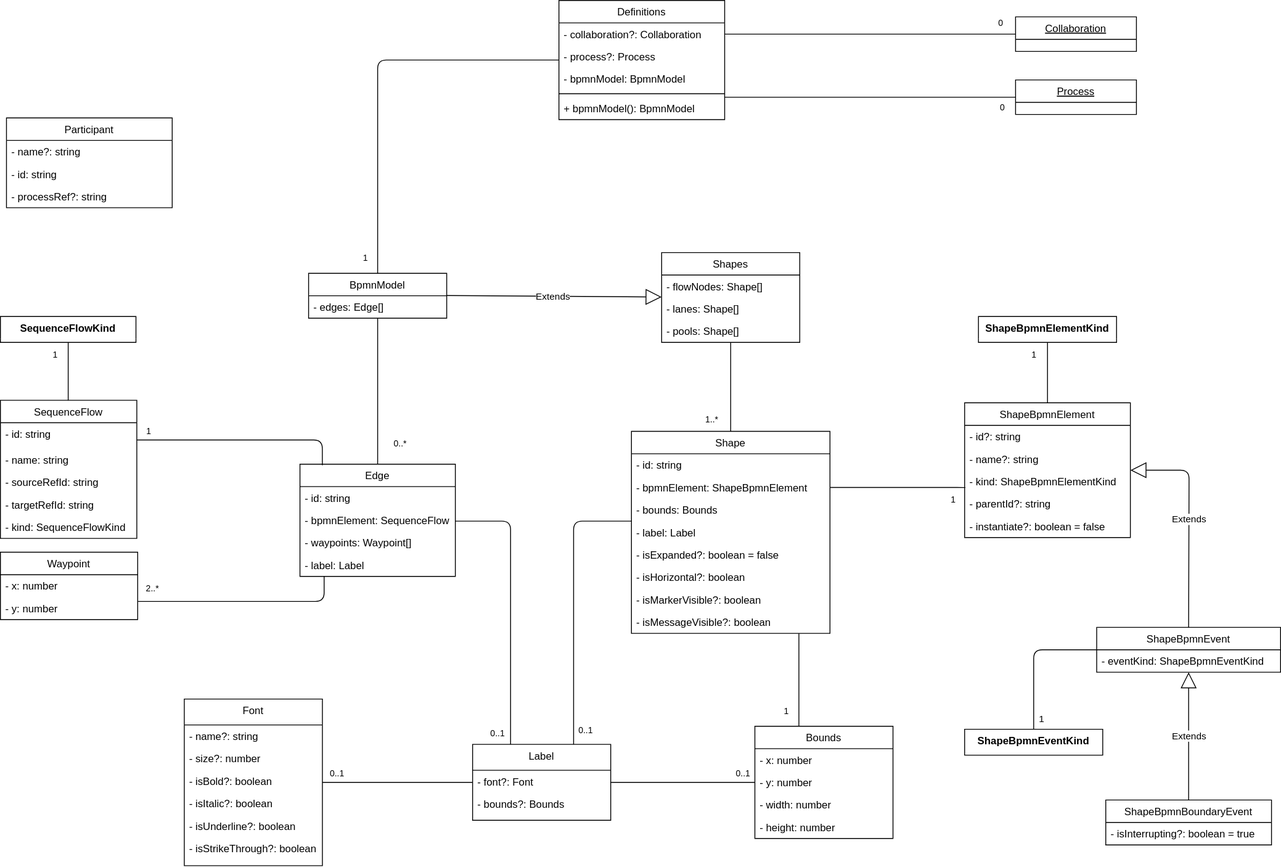
Above: docs/architecture/images/architecture/internal-model.svg in process-analytics/bpmn-visualization-js (draw.io), before the change. Source tidied: cells renumbered, new cells last; positions are measured from the earlier drawing's top-left corner, leaving out a move shared by most shapes.
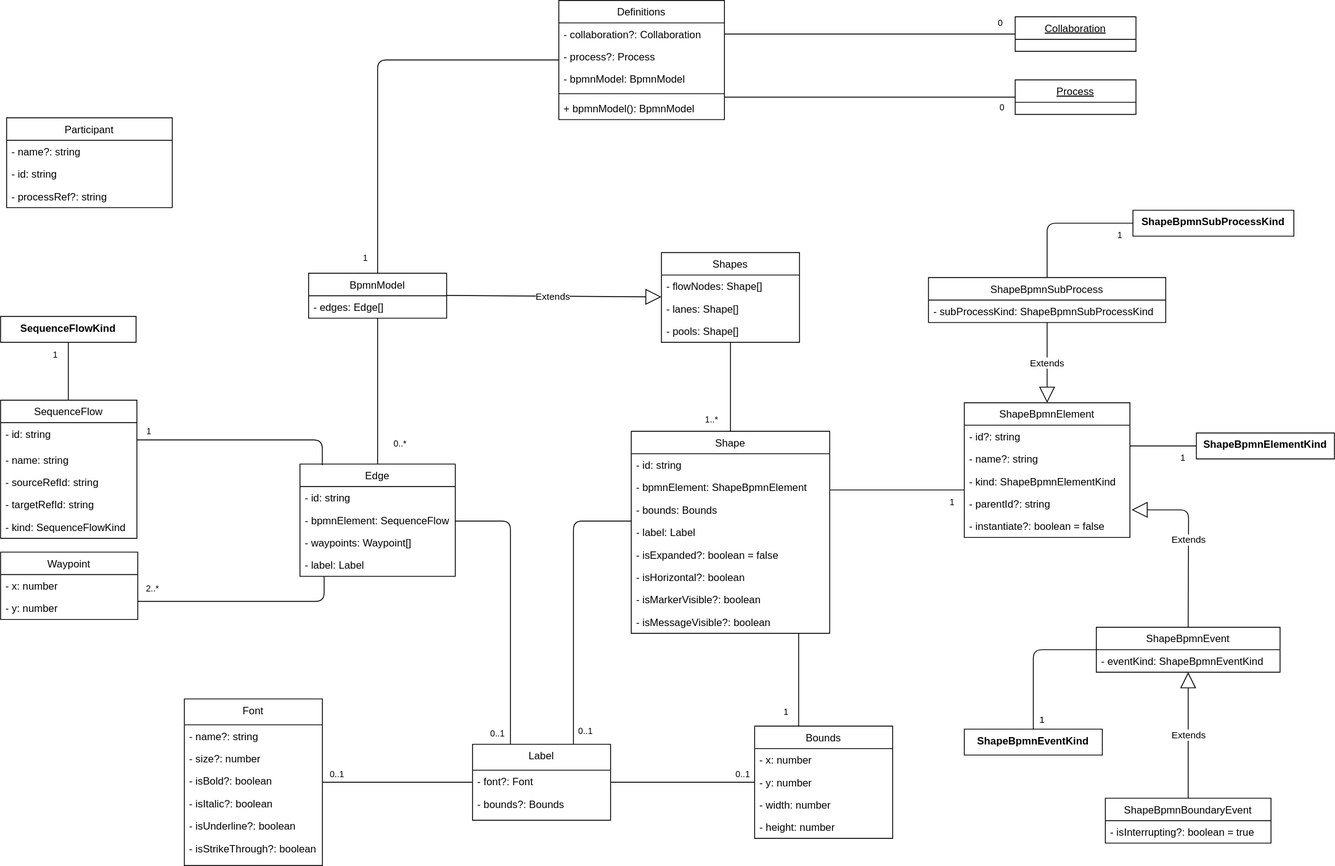
After the change.

Diff of the diagram source:
```diff
@@ -73,8 +73,8 @@
     <mxCell id="15" style="endArrow=none;html=1;edgeStyle=orthogonalEdgeStyle;shadow=0;" parent="1" edge="1" source="74" target="92">
       <mxGeometry relative="1" as="geometry">
         <Array as="points">
-          <mxPoint x="1118" y="564" />
-          <mxPoint x="1118" y="564" />
+          <mxPoint x="1046" y="567" />
+          <mxPoint x="1046" y="567" />
         </Array>
       </mxGeometry>
     </mxCell>
@@ -84,7 +84,12 @@
       </mxGeometry>
     </mxCell>
     <mxCell id="17" style="endArrow=none;html=1;edgeStyle=orthogonalEdgeStyle;shadow=0;" parent="1" edge="1" source="98" target="92">
-      <mxGeometry relative="1" as="geometry" />
+      <mxGeometry relative="1" as="geometry">
+        <Array as="points">
+          <mxPoint x="1329" y="516" />
+          <mxPoint x="1329" y="516" />
+        </Array>
+      </mxGeometry>
     </mxCell>
     <mxCell id="18" value="1" style="html=1;align=left;verticalAlign=bottom;labelBackgroundColor=#ffffff;fontSize=10;shadow=0;" parent="17" vertex="1">
       <mxGeometry x="-1" relative="1" as="geometry">
@@ -356,13 +361,10 @@
     <mxCell id="97" value="- instantiate?: boolean = false" style="text;strokeColor=none;fillColor=none;align=left;verticalAlign=top;spacingLeft=4;spacingRight=4;overflow=hidden;shadow=0;" parent="92" vertex="1">
       <mxGeometry y="130" width="192" height="26" as="geometry" />
     </mxCell>
-    <mxCell id="98" value="ShapeBpmnElementKind" style="swimlane;fontStyle=1;horizontal=1;startSize=26;fillColor=none;swimlaneLine=0;rounded=0;shadow=0;comic=0;glass=0;" parent="1" vertex="1">
-      <mxGeometry x="1133" y="366" width="160" height="30" as="geometry" />
-    </mxCell>
-    <mxCell id="99" value="Extends" style="endArrow=block;endSize=16;endFill=0;html=1;shadow=0;exitX=0.5;exitY=0;exitDx=0;exitDy=0;" parent="1" edge="1" source="101" target="92">
+    <mxCell id="99" value="Extends" style="endArrow=block;endSize=16;endFill=0;html=1;shadow=0;exitX=0.5;exitY=0;exitDx=0;exitDy=0;entryX=1.01;entryY=0.769;entryDx=0;entryDy=0;entryPerimeter=0;" parent="1" edge="1" source="101" target="96">
       <mxGeometry relative="1" as="geometry">
         <Array as="points">
-          <mxPoint x="1377" y="544" />
+          <mxPoint x="1377" y="590" />
         </Array>
       </mxGeometry>
     </mxCell>
@@ -375,12 +377,6 @@
     <mxCell id="102" value="- eventKind: ShapeBpmnEventKind" style="text;strokeColor=none;fillColor=none;align=left;verticalAlign=top;spacingLeft=4;spacingRight=4;overflow=hidden;shadow=0;" parent="101" vertex="1">
       <mxGeometry y="26" width="213" height="26" as="geometry" />
     </mxCell>
-    <mxCell id="103" value="ShapeBpmnBoundaryEvent" style="swimlane;fontStyle=0;horizontal=1;startSize=26;fillColor=none;shadow=0;" parent="1" vertex="1">
-      <mxGeometry x="1280.5" y="926" width="192" height="52" as="geometry" />
-    </mxCell>
-    <mxCell id="104" value="- isInterrupting?: boolean = true" style="text;strokeColor=none;fillColor=none;align=left;verticalAlign=top;spacingLeft=4;spacingRight=4;overflow=hidden;shadow=0;" parent="103" vertex="1">
-      <mxGeometry y="26" width="192" height="26" as="geometry" />
-    </mxCell>
     <mxCell id="105" value="ShapeBpmnEventKind" style="swimlane;fontStyle=1;horizontal=1;startSize=26;fillColor=none;swimlaneLine=0;rounded=0;shadow=0;comic=0;glass=0;" parent="1" vertex="1">
       <mxGeometry x="1117" y="844" width="160" height="30" as="geometry" />
     </mxCell>
@@ -396,5 +392,38 @@
         <mxPoint x="8" y="10.3" as="offset" />
       </mxGeometry>
     </mxCell>
+    <mxCell id="98" value="ShapeBpmnElementKind" style="swimlane;fontStyle=1;horizontal=1;startSize=26;fillColor=none;swimlaneLine=0;rounded=0;shadow=0;comic=0;glass=0;" parent="1" vertex="1">
+      <mxGeometry x="1386" y="501" width="160" height="30" as="geometry" />
+    </mxCell>
+    <mxCell id="108" value="Extends" style="endArrow=block;endSize=16;endFill=0;html=1;shadow=0;" parent="1" edge="1" source="109" target="92">
+      <mxGeometry relative="1" as="geometry" />
+    </mxCell>
+    <mxCell id="103" value="ShapeBpmnBoundaryEvent" style="swimlane;fontStyle=0;horizontal=1;startSize=26;fillColor=none;shadow=0;" parent="1" vertex="1">
+      <mxGeometry x="1280.5" y="924" width="192" height="52" as="geometry" />
+    </mxCell>
+    <mxCell id="104" value="- isInterrupting?: boolean = true" style="text;strokeColor=none;fillColor=none;align=left;verticalAlign=top;spacingLeft=4;spacingRight=4;overflow=hidden;shadow=0;" parent="103" vertex="1">
+      <mxGeometry y="26" width="192" height="26" as="geometry" />
+    </mxCell>
+    <mxCell id="109" value="ShapeBpmnSubProcess" style="swimlane;fontStyle=0;horizontal=1;startSize=26;fillColor=none;shadow=0;" parent="1" vertex="1">
+      <mxGeometry x="1075.5" y="321" width="275" height="52" as="geometry" />
+    </mxCell>
+    <mxCell id="110" value="- subProcessKind: ShapeBpmnSubProcessKind" style="text;strokeColor=none;fillColor=none;align=left;verticalAlign=top;spacingLeft=4;spacingRight=4;overflow=hidden;shadow=0;" parent="109" vertex="1">
+      <mxGeometry y="26" width="275" height="26" as="geometry" />
+    </mxCell>
+    <mxCell id="111" style="endArrow=none;html=1;edgeStyle=orthogonalEdgeStyle;shadow=0;" parent="1" edge="1" source="113" target="109">
+      <mxGeometry relative="1" as="geometry">
+        <Array as="points">
+          <mxPoint x="1213" y="258" />
+        </Array>
+      </mxGeometry>
+    </mxCell>
+    <mxCell id="112" value="1" style="html=1;align=left;verticalAlign=bottom;labelBackgroundColor=#ffffff;fontSize=10;shadow=0;" parent="111" vertex="1">
+      <mxGeometry x="-1" relative="1" as="geometry">
+        <mxPoint x="-20" y="22" as="offset" />
+      </mxGeometry>
+    </mxCell>
+    <mxCell id="113" value="ShapeBpmnSubProcessKind" style="swimlane;fontStyle=1;horizontal=1;startSize=26;fillColor=none;swimlaneLine=0;rounded=0;shadow=0;comic=0;glass=0;" parent="1" vertex="1">
+      <mxGeometry x="1312.5" y="243" width="186.5" height="30" as="geometry" />
+    </mxCell>
   </root>
 </mxGraphModel>
```
